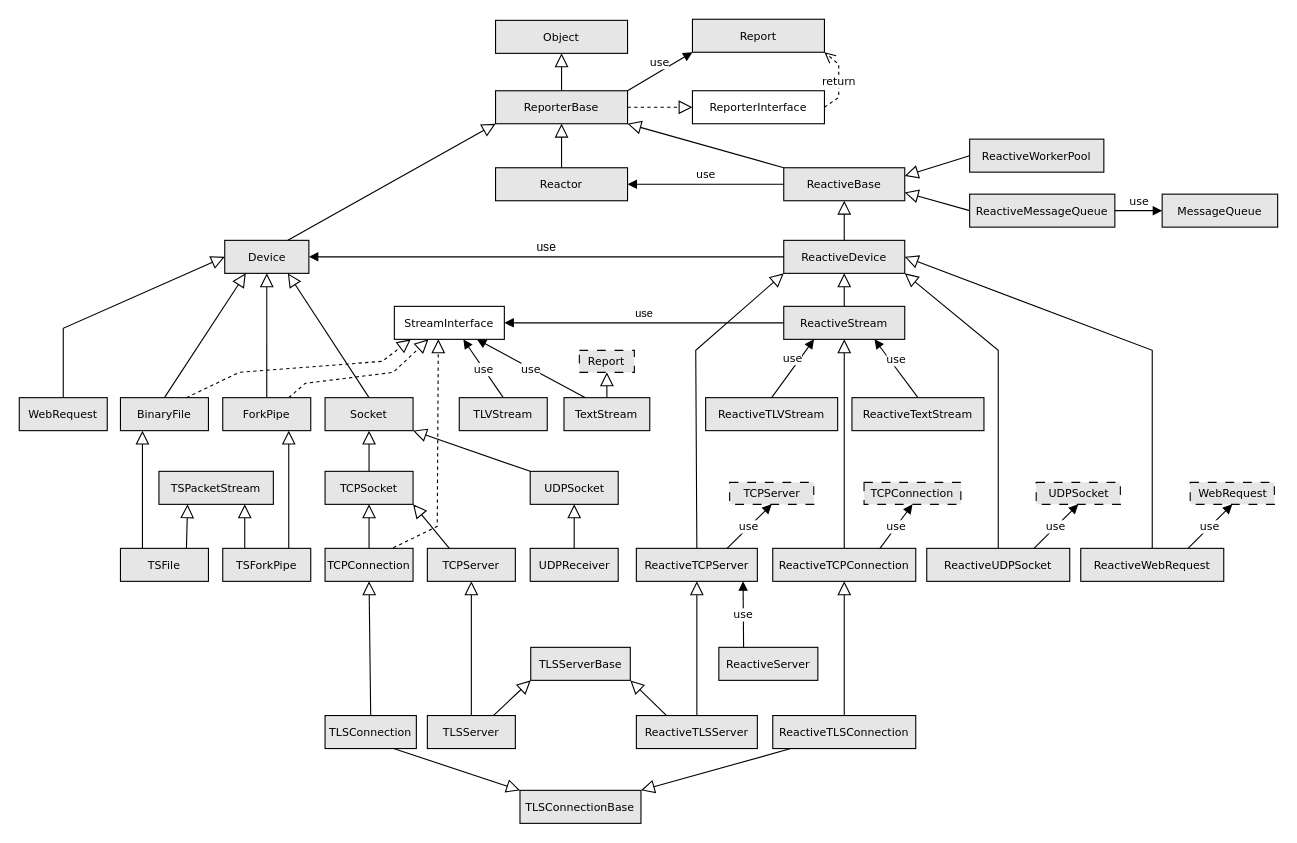
tsduck/tsduck-presentations keeps this draw.io diagram as diagrams/reactor-class-diagram.drawio. Above is the earlier version. Source tidied: cells renumbered, new cells numbered last; positions are measured from the earlier drawing's top-left corner, leaving out a move shared by most shapes. Both pictures are drawn from the tidied source at 110%, with x=0, y=0 at pixel (19, 19).
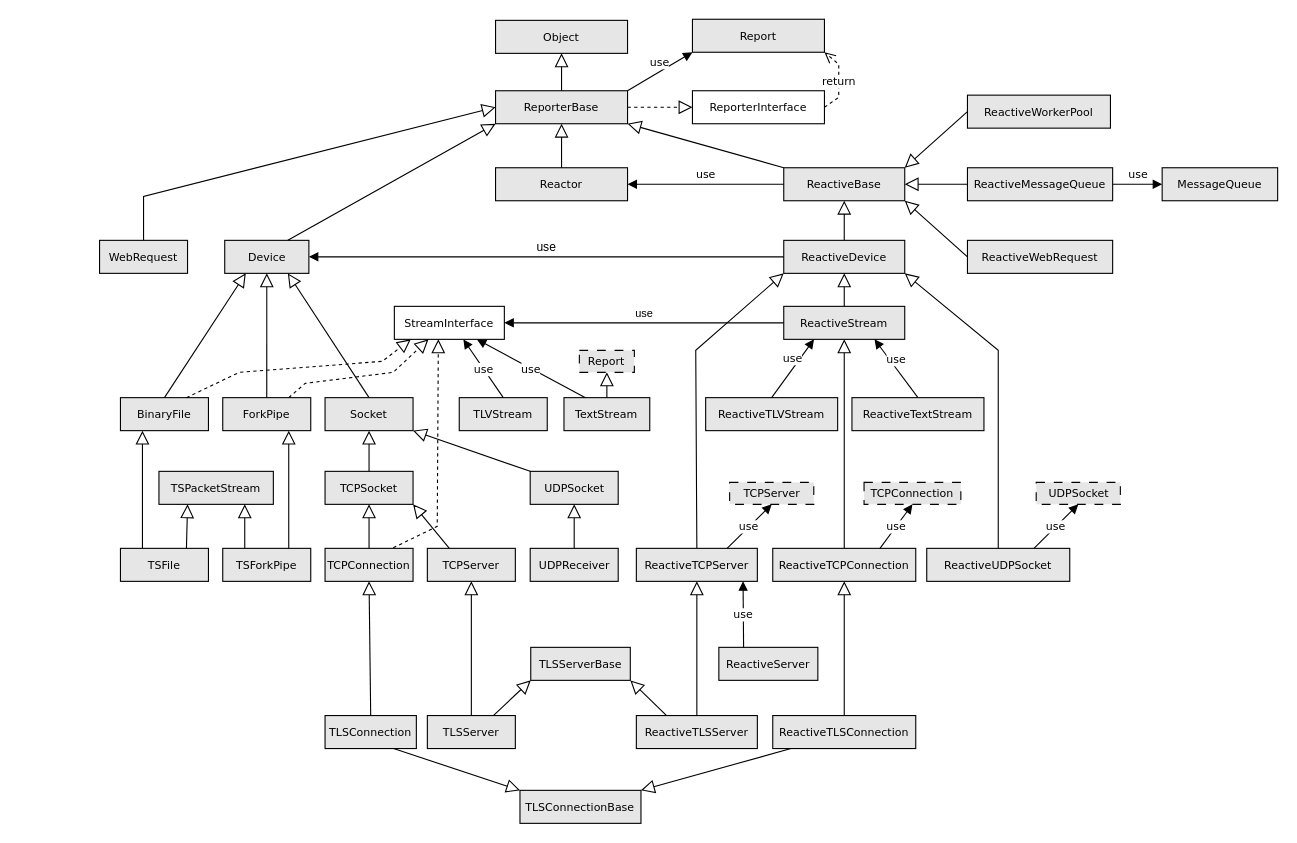
The same page after the edit.

Commit message (it also covers changes not shown here):
Updated reactor diagrams

Unchanged cells that the change refers to:
```xml
<mxCell id="6" value="ReporterBase" style="html=1;whiteSpace=wrap;points=[[0,0,0,0,0],[0,0.25,0,0,0],[0,0.5,0,0,0],[0,0.75,0,0,0],[0,1,0,0,0],[0.127273,1,0,0,0],[0.25,0,0,0,0],[0.25,1,0,0,0],[0.381818,1,0,0,0],[0.5,0,0,0,0],[0.5,1,0,0,0],[0.627273,1,0,0,0],[0.75,0,0,0,0],[0.75,1,0,0,0],[0.881818,1,0,0,0],[1,0,0,0,0],[1,0.25,0,0,0],[1,0.5,0,0,0],[1,0.75,0,0,0],[1,1,0,0,0]];fillColor=#E6E6E6;fontSize=10;fontFamily=Verdana;" parent="1" vertex="1">
  <mxGeometry x="433" y="65" width="120" height="30" as="geometry" />
</mxCell>
<mxCell id="9" value="Device" style="html=1;whiteSpace=wrap;points=[[0,0,0,0,0],[0,0.25,0,0,0],[0,0.5,0,0,0],[0,0.75,0,0,0],[0,1,0,0,0],[0.127273,1,0,0,0],[0.25,0,0,0,0],[0.25,1,0,0,0],[0.381818,1,0,0,0],[0.5,0,0,0,0],[0.5,1,0,0,0],[0.627273,1,0,0,0],[0.75,0,0,0,0],[0.75,1,0,0,0],[0.881818,1,0,0,0],[1,0,0,0,0],[1,0.25,0,0,0],[1,0.5,0,0,0],[1,0.75,0,0,0],[1,1,0,0,0]];fillColor=#E6E6E6;fontSize=10;fontFamily=Verdana;" parent="1" vertex="1">
  <mxGeometry x="186.8" y="201" width="76.5" height="30" as="geometry" />
</mxCell>
<mxCell id="11" value="ReactiveBase" style="html=1;whiteSpace=wrap;points=[[0,0,0,0,0],[0,0.25,0,0,0],[0,0.5,0,0,0],[0,0.75,0,0,0],[0,1,0,0,0],[0.127273,1,0,0,0],[0.25,0,0,0,0],[0.25,1,0,0,0],[0.381818,1,0,0,0],[0.5,0,0,0,0],[0.5,1,0,0,0],[0.627273,1,0,0,0],[0.75,0,0,0,0],[0.75,1,0,0,0],[0.881818,1,0,0,0],[1,0,0,0,0],[1,0.25,0,0,0],[1,0.5,0,0,0],[1,0.75,0,0,0],[1,1,0,0,0]];fillColor=#E6E6E6;fontSize=10;fontFamily=Verdana;" parent="1" vertex="1">
  <mxGeometry x="695" y="135" width="110" height="30" as="geometry" />
</mxCell>
<mxCell id="27" value="ReactiveDevice" style="html=1;whiteSpace=wrap;points=[[0,0,0,0,0],[0,0.25,0,0,0],[0,0.5,0,0,0],[0,0.75,0,0,0],[0,1,0,0,0],[0.127273,1,0,0,0],[0.25,0,0,0,0],[0.25,1,0,0,0],[0.381818,1,0,0,0],[0.383333,0,0,0,0],[0.5,0,0,0,0],[0.5,1,0,0,0],[0.627273,1,0,0,0],[0.75,0,0,0,0],[0.75,1,0,0,0],[0.881818,1,0,0,0],[1,0,0,0,0],[1,0.25,0,0,0],[1,0.5,0,0,0],[1,0.75,0,0,0],[1,1,0,0,0]];fillColor=#E6E6E6;fontSize=10;fontFamily=Verdana;" parent="1" vertex="1">
  <mxGeometry x="695" y="201" width="110" height="30" as="geometry" />
</mxCell>
```

Diff of the diagram source:
```diff
@@
     <mxCell id="22" value="ReactiveMessageQueue" style="html=1;whiteSpace=wrap;fillColor=#E6E6E6;fontSize=10;fontFamily=Verdana;points=[[0,0,0,0,0],[0,0.25,0,0,0],[0,0.5,0,0,0],[0,0.75,0,0,0],[0,1,0,0,0],[0.126582,0,0,0,0],[0.25,0,0,0,0],[0.25,1,0,0,0],[0.379747,0,0,0,0],[0.5,0,0,0,0],[0.5,1,0,0,0],[0.626582,0,0,0,0],[0.75,0,0,0,0],[0.75,1,0,0,0],[0.879747,0,0,0,0],[1,0,0,0,0],[1,0.25,0,0,0],[1,0.5,0,0,0],[1,0.75,0,0,0],[1,1,0,0,0]];" parent="1" vertex="1">
-      <mxGeometry x="864" y="159" width="132" height="30" as="geometry" />
+      <mxGeometry x="862" y="135" width="132" height="30" as="geometry" />
     </mxCell>
     <mxCell id="23" value="ReactiveWorkerPool" style="html=1;whiteSpace=wrap;points=[[0,0,0,0,0],[0,0.25,0,0,0],[0,0.5,0,0,0],[0,0.75,0,0,0],[0,1,0,0,0],[0.126582,0,0,0,0],[0.127273,1,0,0,0],[0.25,0,0,0,0],[0.25,1,0,0,0],[0.381818,1,0,0,0],[0.5,0,0,0,0],[0.5,1,0,0,0],[0.627273,1,0,0,0],[0.75,0,0,0,0],[0.75,1,0,0,0],[0.881818,1,0,0,0],[1,0,0,0,0],[1,0.25,0,0,0],[1,0.5,0,0,0],[1,0.75,0,0,0],[1,1,0,0,0]];fillColor=#E6E6E6;fontSize=10;fontFamily=Verdana;" parent="1" vertex="1">
-      <mxGeometry x="864" y="109" width="122" height="30" as="geometry" />
+      <mxGeometry x="862" y="69" width="130" height="30" as="geometry" />
     </mxCell>
@@
-    <mxCell id="28" style="endArrow=block;endSize=10;endFill=0;html=1;rounded=0;exitX=0;exitY=0.5;exitDx=0;exitDy=0;exitPerimeter=0;fontSize=10;fontFamily=Verdana;entryX=1;entryY=0.75;entryDx=0;entryDy=0;entryPerimeter=0;" parent="1" edge="1" source="22" target="11">
+    <mxCell id="28" style="endArrow=block;endSize=10;endFill=0;html=1;rounded=0;exitX=0;exitY=0.5;exitDx=0;exitDy=0;exitPerimeter=0;fontSize=10;fontFamily=Verdana;entryX=1;entryY=0.5;entryDx=0;entryDy=0;entryPerimeter=0;" parent="1" edge="1" source="22" target="11">
       <mxGeometry relative="1" as="geometry" />
     </mxCell>
-    <mxCell id="29" style="endArrow=block;endSize=10;endFill=0;html=1;rounded=0;exitX=0;exitY=0.5;exitDx=0;exitDy=0;exitPerimeter=0;entryX=1;entryY=0.25;entryDx=0;entryDy=0;entryPerimeter=0;fontSize=10;fontFamily=Verdana;" parent="1" edge="1" source="23" target="11">
+    <mxCell id="29" style="endArrow=block;endSize=10;endFill=0;html=1;rounded=0;exitX=0;exitY=0.5;exitDx=0;exitDy=0;exitPerimeter=0;entryX=1;entryY=0;entryDx=0;entryDy=0;entryPerimeter=0;fontSize=10;fontFamily=Verdana;" parent="1" edge="1" source="23" target="11">
       <mxGeometry relative="1" as="geometry" />
     </mxCell>
@@
     <mxCell id="64" value="MessageQueue" style="html=1;whiteSpace=wrap;fillColor=#E6E6E6;fontSize=10;fontFamily=Verdana;points=[[0,0,0,0,0],[0,0.25,0,0,0],[0,0.5,0,0,0],[0,0.75,0,0,0],[0,1,0,0,0],[0.126582,0,0,0,0],[0.25,0,0,0,0],[0.25,1,0,0,0],[0.379747,0,0,0,0],[0.5,0,0,0,0],[0.5,1,0,0,0],[0.626582,0,0,0,0],[0.75,0,0,0,0],[0.75,1,0,0,0],[0.879747,0,0,0,0],[1,0,0,0,0],[1,0.25,0,0,0],[1,0.5,0,0,0],[1,0.75,0,0,0],[1,1,0,0,0]];" parent="1" vertex="1">
-      <mxGeometry x="1039" y="159" width="105" height="30" as="geometry" />
+      <mxGeometry x="1039" y="135" width="105" height="30" as="geometry" />
     </mxCell>
@@
     <mxCell id="94" value="ReactiveWebRequest" style="html=1;whiteSpace=wrap;points=[[0,0,0,0,0],[0,0.25,0,0,0],[0,0.5,0,0,0],[0,0.75,0,0,0],[0,1,0,0,0],[0.127273,1,0,0,0],[0.25,0,0,0,0],[0.25,1,0,0,0],[0.381818,1,0,0,0],[0.5,0,0,0,0],[0.5,1,0,0,0],[0.627273,1,0,0,0],[0.75,0,0,0,0],[0.75,1,0,0,0],[0.881818,1,0,0,0],[1,0,0,0,0],[1,0.25,0,0,0],[1,0.5,0,0,0],[1,0.75,0,0,0],[1,1,0,0,0]];fillColor=#E6E6E6;fontSize=10;fontFamily=Verdana;" parent="1" vertex="1">
-      <mxGeometry x="965" y="481" width="130" height="30" as="geometry" />
+      <mxGeometry x="862" y="201" width="132" height="30" as="geometry" />
     </mxCell>
-    <mxCell id="95" style="endArrow=block;endSize=10;endFill=0;html=1;rounded=0;exitX=0.5;exitY=0;exitDx=0;exitDy=0;exitPerimeter=0;fontSize=10;fontFamily=Verdana;entryX=1;entryY=0.5;entryDx=0;entryDy=0;entryPerimeter=0;" parent="1" edge="1" source="94" target="27">
-      <mxGeometry relative="1" as="geometry">
-        <Array as="points">
-          <mxPoint x="1030" y="301" />
-        </Array>
-      </mxGeometry>
+    <mxCell id="95" style="endArrow=block;endSize=10;endFill=0;html=1;rounded=0;exitX=0;exitY=0.5;exitDx=0;exitDy=0;exitPerimeter=0;fontSize=10;fontFamily=Verdana;entryX=1;entryY=1;entryDx=0;entryDy=0;entryPerimeter=0;" parent="1" edge="1" source="94" target="11">
+      <mxGeometry relative="1" as="geometry" />
     </mxCell>
-    <mxCell id="96" value="WebRequest" style="html=1;whiteSpace=wrap;points=[[0,0,0,0,0],[0,0.25,0,0,0],[0,0.5,0,0,0],[0,0.75,0,0,0],[0,1,0,0,0],[0.125,0,0,0,0],[0.127273,1,0,0,0],[0.25,0,0,0,0],[0.25,1,0,0,0],[0.381818,1,0,0,0],[0.3875,0,0,0,0],[0.5,0,0,0,0],[0.5,1,0,0,0],[0.627273,1,0,0,0],[0.75,0,0,0,0],[0.75,1,0,0,0],[0.881818,1,0,0,0],[1,0,0,0,0],[1,0.25,0,0,0],[1,0.5,0,0,0],[1,0.75,0,0,0],[1,1,0,0,0]];fillColor=#E6E6E6;fontSize=10;fontFamily=Verdana;fillStyle=solid;gradientColor=none;dashed=1;dashPattern=8 8;" parent="1" vertex="1">
-      <mxGeometry x="1064.5" y="421" width="76.5" height="20" as="geometry" />
-    </mxCell>
-    <mxCell id="97" value="use" style="html=1;verticalAlign=middle;endArrow=block;curved=0;rounded=0;exitX=0.75;exitY=0;exitDx=0;exitDy=0;exitPerimeter=0;entryX=0.5;entryY=1;entryDx=0;entryDy=0;entryPerimeter=0;fontFamily=Verdana;fontSize=10;" parent="1" edge="1" source="94" target="96">
-      <mxGeometry relative="1" as="geometry" />
-    </mxCell>
     <mxCell id="98" value="WebRequest" style="html=1;whiteSpace=wrap;points=[[0,0,0,0,0],[0,0.25,0,0,0],[0,0.5,0,0,0],[0,0.75,0,0,0],[0,1,0,0,0],[0.127273,1,0,0,0],[0.25,0,0,0,0],[0.25,1,0,0,0],[0.381818,1,0,0,0],[0.5,0,0,0,0],[0.5,1,0,0,0],[0.627273,1,0,0,0],[0.75,0,0,0,0],[0.75,1,0,0,0],[0.881818,1,0,0,0],[1,0,0,0,0],[1,0.25,0,0,0],[1,0.5,0,0,0],[1,0.75,0,0,0],[1,1,0,0,0]];fillColor=#E6E6E6;fontSize=10;fontFamily=Verdana;" parent="1" vertex="1">
-      <mxGeometry y="344" width="80" height="30" as="geometry" />
+      <mxGeometry x="73" y="201" width="80" height="30" as="geometry" />
     </mxCell>
-    <mxCell id="99" style="endArrow=block;endSize=10;endFill=0;html=1;rounded=0;exitX=0.5;exitY=0;exitDx=0;exitDy=0;exitPerimeter=0;entryX=0;entryY=0.5;entryDx=0;entryDy=0;entryPerimeter=0;fontSize=10;fontFamily=Verdana;" parent="1" edge="1" source="98" target="9">
+    <mxCell id="99" style="endArrow=block;endSize=10;endFill=0;html=1;rounded=0;exitX=0.5;exitY=0;exitDx=0;exitDy=0;exitPerimeter=0;entryX=0;entryY=0.5;entryDx=0;entryDy=0;entryPerimeter=0;fontSize=10;fontFamily=Verdana;" parent="1" edge="1" source="98" target="6">
       <mxGeometry relative="1" as="geometry">
         <Array as="points">
-          <mxPoint x="40" y="281" />
+          <mxPoint x="113" y="161" />
         </Array>
       </mxGeometry>
     </mxCell>
```
